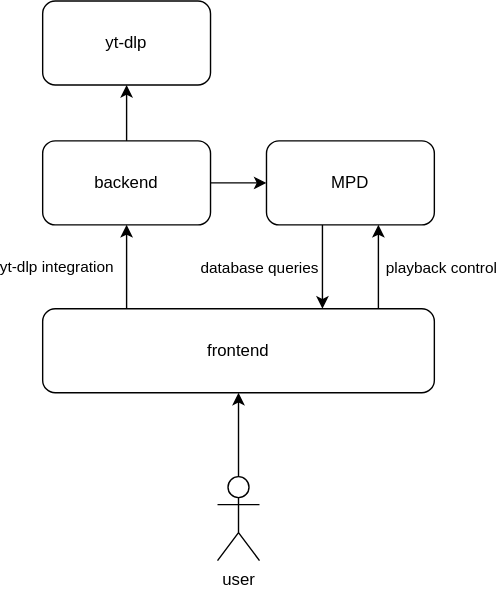
The draw.io diagram sanic.drawio.svg in cccb/sanic, before a commit. Source tidied: cells renumbered, new cells last; positions are measured from the earlier drawing's top-left corner, leaving out a move shared by most shapes.
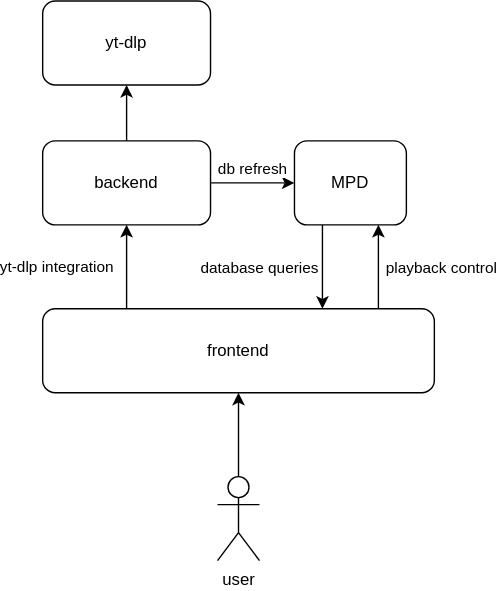
The same file after the commit.

The edit, as a diff of the source:
```diff
@@ -5,6 +5,11 @@
     <mxCell id="2" style="edgeStyle=orthogonalEdgeStyle;rounded=0;jettySize=auto;html=1;" parent="1" edge="1" source="4" target="7">
       <mxGeometry relative="1" as="geometry" />
     </mxCell>
+    <mxCell id="16" value="db refresh" style="edgeLabel;html=1;align=center;verticalAlign=middle;" parent="2" vertex="1">
+      <mxGeometry x="-0.35" relative="1" as="geometry">
+        <mxPoint x="10" y="-10" as="offset" />
+      </mxGeometry>
+    </mxCell>
     <mxCell id="3" style="edgeStyle=orthogonalEdgeStyle;rounded=0;jettySize=auto;html=1;" parent="1" edge="1" source="4" target="13">
       <mxGeometry relative="1" as="geometry" />
     </mxCell>
@@ -25,7 +30,7 @@
       </mxGeometry>
     </mxCell>
     <mxCell id="7" value="MPD" style="rounded=1;whiteSpace=wrap;html=1;" parent="1" vertex="1">
-      <mxGeometry x="160" y="100" width="120" height="60" as="geometry" />
+      <mxGeometry x="180" y="100" width="80" height="60" as="geometry" />
     </mxCell>
     <mxCell id="8" style="edgeStyle=orthogonalEdgeStyle;rounded=0;jettySize=auto;html=1;" parent="1" edge="1" source="12" target="7">
       <mxGeometry relative="1" as="geometry">
```
